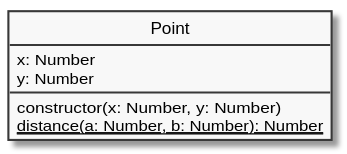
This is core/object/assets/object-point-static.svg from ifpb/php-guide, a PlantUML export, as it was before one commit. The source it was exported from:
```plantuml
@startuml
skinparam classAttributeIconSize 0
skinparam monochrome true
hide circle

class Point {
  x: Number
  y: Number
  constructor(x: Number, y: Number)
  {static} distance(a: Number, b: Number): Number
}
@enduml
```
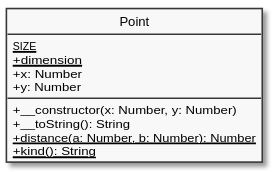
After the commit.

What changed in the source:
```diff
@@ -1,12 +1,17 @@
 @startuml
+scale max 200 width
 skinparam classAttributeIconSize 0
 skinparam monochrome true
 hide circle
 
 class Point {
-  x: Number
-  y: Number
-  constructor(x: Number, y: Number)
-  {static} distance(a: Number, b: Number): Number
+  {static} SIZE
+  {static} +dimension
+  +x: Number
+  +y: Number
+  +__constructor(x: Number, y: Number)
+  +__toString(): String
+  {static} +distance(a: Number, b: Number): Number
+  {static} +kind(): String
 }
 @enduml
```
